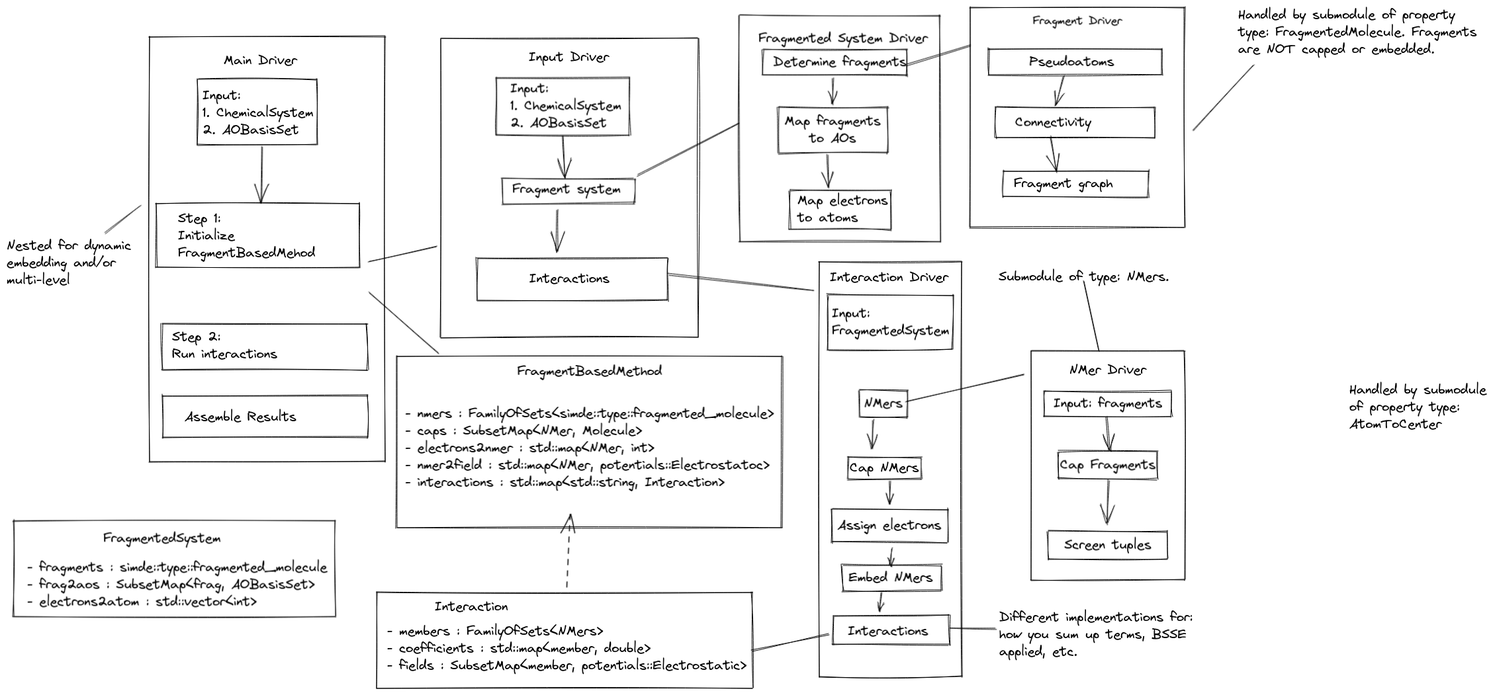
The Excalidraw diagram docs/source/GhostFragmentOverview.png in rmrresearch/GhostFragment, before a commit. Source tidied: one line per element, renumbered; positions are measured from the earlier drawing's top-left corner, leaving out a move shared by most shapes.
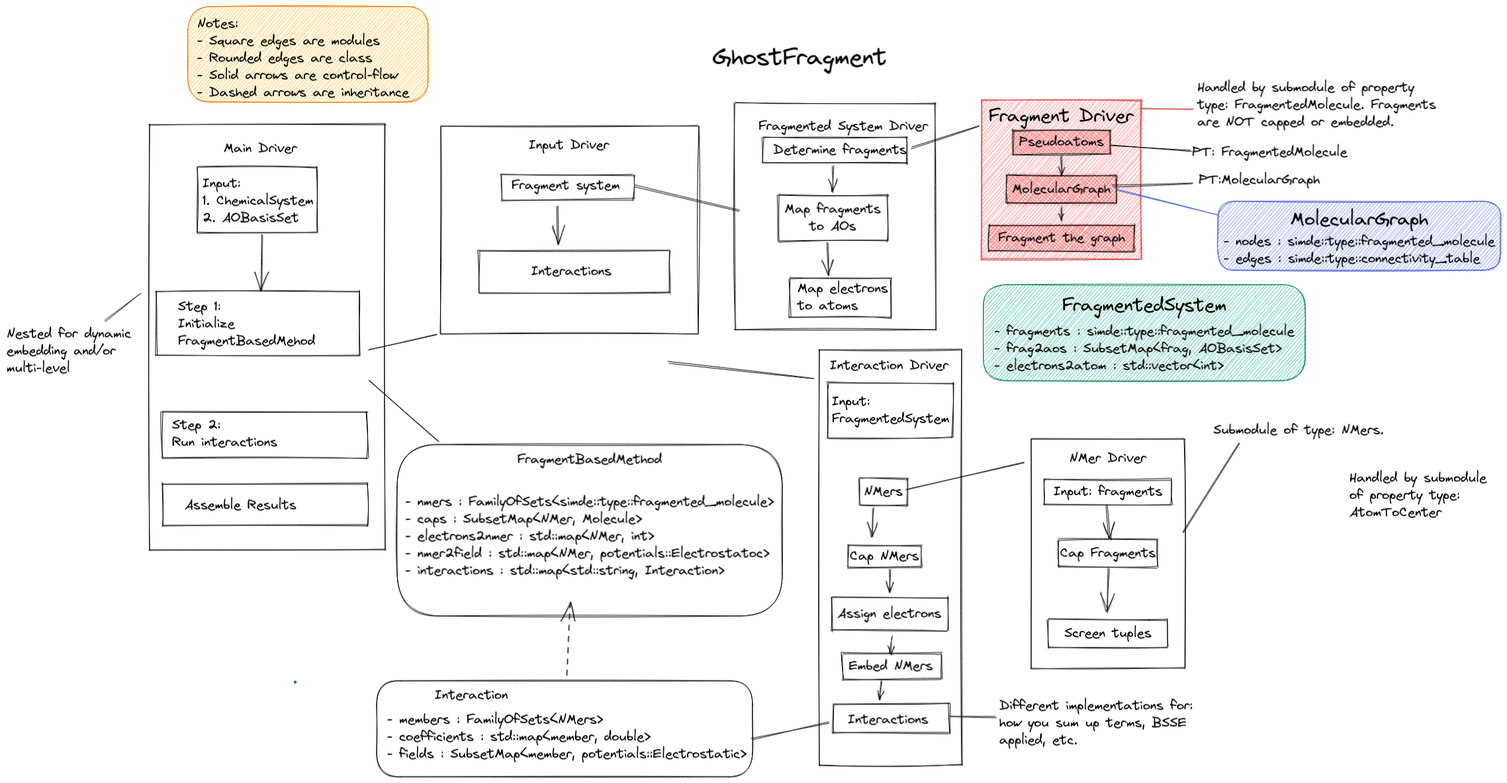
The same file after the commit.

Commit message:
starts MolecularGraph class [skip ci]

Change to the diagram source:
```diff
@@ -1,3 +1,4 @@
+{"id": 95, "type": "rectangle", "strokeColor": "#e67700", "backgroundColor": "#fab005", "fillStyle": "hachure", "strokeWidth": 1, "roughness": 1, "x": 274, "y": -133, "width": 363, "height": 144}
 {"id": 0, "type": "rectangle", "strokeColor": "#000000", "strokeWidth": 1, "roughness": 1, "x": 289, "y": 109, "width": 180, "height": 100}
 {"id": 1, "type": "text", "text": "Input:\n1. ChemicalSystem\n2. AOBasisSet", "strokeColor": "#000000", "strokeWidth": 1, "roughness": 1, "fontSize": 20, "fontFamily": 1, "x": 296, "y": 122, "width": 168, "height": 78}
 {"id": 2, "type": "rectangle", "strokeColor": "#000000", "strokeWidth": 1, "roughness": 1, "x": 226, "y": 298, "width": 307, "height": 96}
@@ -6,27 +7,27 @@
 {"id": 5, "type": "rectangle", "strokeColor": "#000000", "strokeWidth": 1, "roughness": 1, "x": 216, "y": 45, "width": 356, "height": 643}
 {"id": 6, "type": "text", "text": "Main Driver", "strokeColor": "#000000", "strokeWidth": 1, "roughness": 1, "fontSize": 20, "fontFamily": 1, "x": 328, "y": 69, "width": 111, "height": 26}
 {"id": 7, "type": "line", "strokeColor": "#000000", "strokeWidth": 1, "roughness": 1, "x": 547, "y": 386, "width": 104, "height": 23, "points": [[0, 0], [104, -23]]}
-{"id": 8, "type": "text", "text": "Handled by submodule of property\ntype: FragmentedMolecule. Fragments\nare NOT capped or embedded.", "strokeColor": "#000000", "strokeWidth": 1, "roughness": 1, "fontSize": 20, "fontFamily": 1, "x": 1861, "y": 0, "width": 361, "height": 78}
+{"id": 8, "type": "text", "text": "Handled by submodule of property\ntype: FragmentedMolecule. Fragments\nare NOT capped or embedded.", "strokeColor": "#000000", "strokeWidth": 1, "roughness": 1, "fontSize": 20, "fontFamily": 1, "x": 1799, "y": -23, "width": 361, "height": 78}
 {"id": 9, "type": "text", "text": "Handled by submodule\nof property type: \nAtomToCenter", "strokeColor": "#000000", "strokeWidth": 1, "roughness": 1, "fontSize": 20, "fontFamily": 1, "x": 2029, "y": 567, "width": 207, "height": 78}
-{"id": 10, "type": "line", "strokeColor": "#000000", "strokeWidth": 1, "roughness": 1, "x": 954, "y": 254, "width": 153, "height": 80, "points": [[0, 0], [153, -80]]}
+{"id": 10, "type": "line", "strokeColor": "#000000", "strokeWidth": 1, "roughness": 1, "x": 950, "y": 137, "width": 157, "height": 37, "points": [[0, 0], [157, 37]]}
+{"id": 15, "type": "rectangle", "strokeColor": "#c92a2a", "backgroundColor": "#fa5252", "fillStyle": "hachure", "strokeWidth": 1, "roughness": 1, "x": 1473, "y": 8, "width": 241, "height": 241}
+{"id": 16, "type": "text", "text": "Fragment Driver", "strokeColor": "#000000", "backgroundColor": "#fa5252", "fillStyle": "hachure", "strokeWidth": 1, "roughness": 1, "fontSize": 28, "fontFamily": 1, "x": 1484, "y": 16, "width": 219, "height": 36}
-{"id": 11, "type": "rectangle", "strokeColor": "#000000", "strokeWidth": 1, "roughness": 1, "x": 1484, "y": 64, "width": 261, "height": 39}
+{"id": 11, "type": "rectangle", "strokeColor": "#000000", "backgroundColor": "#fa5252", "fillStyle": "cross-hatch", "strokeWidth": 1, "roughness": 1, "x": 1521, "y": 54, "width": 146, "height": 36}
-{"id": 12, "type": "text", "text": "Pseudoatoms", "strokeColor": "#000000", "strokeWidth": 1, "roughness": 1, "fontSize": 20, "fontFamily": 1, "textAlign": "center", "x": 1546, "y": 71, "width": 128, "height": 26}
+{"id": 12, "type": "text", "text": "Pseudoatoms", "strokeColor": "#000000", "backgroundColor": "#fa5252", "fillStyle": "cross-hatch", "strokeWidth": 1, "roughness": 1, "fontSize": 20, "fontFamily": 1, "textAlign": "center", "x": 1530, "y": 59, "width": 128, "height": 26}
-{"id": 13, "type": "rectangle", "strokeColor": "#000000", "strokeWidth": 1, "roughness": 1, "x": 1494, "y": 152, "width": 241, "height": 47}
+{"id": 13, "type": "rectangle", "strokeColor": "#000000", "backgroundColor": "#fa5252", "fillStyle": "cross-hatch", "strokeWidth": 1, "roughness": 1, "x": 1511, "y": 122, "width": 166, "height": 43}
-{"id": 14, "type": "text", "text": "Connectivity", "strokeColor": "#000000", "strokeWidth": 1, "roughness": 1, "fontSize": 20, "fontFamily": 1, "x": 1524, "y": 162, "width": 115, "height": 26}
+{"id": 14, "type": "text", "text": "MolecularGraph", "strokeColor": "#000000", "backgroundColor": "#fa5252", "fillStyle": "cross-hatch", "strokeWidth": 1, "roughness": 1, "fontSize": 20, "fontFamily": 1, "x": 1519, "y": 131, "width": 149, "height": 26}
-{"id": 15, "type": "rectangle", "strokeColor": "#000000", "strokeWidth": 1, "roughness": 1, "x": 1456, "y": 1, "width": 324, "height": 333}
-{"id": 16, "type": "text", "text": "Fragment Driver", "strokeColor": "#000000", "strokeWidth": 1, "roughness": 1, "fontSize": 17.28, "fontFamily": 1, "x": 1551, "y": 11, "width": 135, "height": 22}
-{"id": 17, "type": "rectangle", "strokeColor": "#000000", "strokeWidth": 1, "roughness": 1, "x": 1506, "y": 248, "width": 220, "height": 40}
+{"id": 17, "type": "rectangle", "strokeColor": "#000000", "backgroundColor": "#fa5252", "fillStyle": "cross-hatch", "strokeWidth": 1, "roughness": 1, "x": 1484, "y": 197, "width": 220, "height": 40}
-{"id": 18, "type": "text", "text": "Fragment graph", "strokeColor": "#000000", "strokeWidth": 1, "roughness": 1, "fontSize": 20, "fontFamily": 1, "x": 1522, "y": 255, "width": 149, "height": 26}
+{"id": 18, "type": "text", "text": "Fragment the graph", "strokeColor": "#000000", "strokeWidth": 1, "roughness": 1, "fontSize": 20, "fontFamily": 1, "x": 1498, "y": 204, "width": 191, "height": 26}
-{"id": 19, "type": "arrow", "strokeColor": "#000000", "strokeWidth": 1, "roughness": 1, "endArrowhead": "arrow", "from": 12, "to": 14, "x": 1596, "y": 106, "width": 11, "height": 42, "points": [[0, 0], [-11, 42]]}
+{"id": 19, "type": "arrow", "strokeColor": "#000000", "strokeWidth": 1, "roughness": 1, "endArrowhead": "arrow", "from": 12, "to": 14, "x": 1593, "y": 95, "width": 2, "height": 27, "points": [[0, 0], [2, 27]]}
-{"id": 20, "type": "arrow", "strokeColor": "#000000", "strokeWidth": 1, "roughness": 1, "endArrowhead": "arrow", "from": 14, "to": 18, "x": 1577, "y": 197, "width": 10, "height": 55, "points": [[0, 0], [10, 55]]}
+{"id": 20, "type": "arrow", "strokeColor": "#000000", "strokeWidth": 1, "roughness": 1, "endArrowhead": "arrow", "from": 14, "to": 18, "x": 1593, "y": 171, "width": 1, "height": 21, "points": [[0, 0], [1, 21]]}
 {"id": 21, "type": "rectangle", "strokeColor": "#000000", "strokeWidth": 1, "roughness": 1, "x": 235, "y": 480, "width": 310, "height": 70}
 {"id": 22, "type": "text", "text": "Step 2:\nRun interactions", "strokeColor": "#000000", "strokeWidth": 1, "roughness": 1, "fontSize": 20, "fontFamily": 1, "x": 250, "y": 487, "width": 159, "height": 52}
-{"id": 23, "type": "rectangle", "strokeColor": "#000000", "strokeWidth": 1, "roughness": 1, "x": 656, "y": 48, "width": 389, "height": 452}
+{"id": 23, "type": "rectangle", "strokeColor": "#000000", "strokeWidth": 1, "roughness": 1, "x": 656, "y": 48, "width": 389, "height": 313}
 {"id": 24, "type": "text", "text": "Input Driver", "strokeColor": "#000000", "strokeWidth": 1, "roughness": 1, "fontSize": 20, "fontFamily": 1, "x": 789, "y": 64, "width": 121, "height": 26}
-{"id": 25, "type": "text", "text": "Submodule of type: NMers.", "strokeColor": "#000000", "strokeWidth": 1, "roughness": 1, "fontSize": 20, "fontFamily": 1, "x": 1499, "y": 396, "width": 258, "height": 26}
+{"id": 25, "type": "text", "text": "Submodule of type: NMers.", "strokeColor": "#000000", "strokeWidth": 1, "roughness": 1, "fontSize": 20, "fontFamily": 1, "x": 1823, "y": 495, "width": 258, "height": 26}
-{"id": 26, "type": "text", "text": "Interactions\n", "strokeColor": "#000000", "strokeWidth": 1, "roughness": 1, "fontSize": 20, "fontFamily": 1, "textAlign": "center", "x": 790, "y": 399, "width": 121, "height": 52}
+{"id": 26, "type": "text", "text": "Interactions\n", "strokeColor": "#000000", "strokeWidth": 1, "roughness": 1, "fontSize": 20, "fontFamily": 1, "textAlign": "center", "x": 793, "y": 255, "width": 121, "height": 52}
-{"id": 27, "type": "rectangle", "strokeColor": "#000000", "strokeWidth": 1, "roughness": 1, "x": 711, "y": 381, "width": 287, "height": 63}
+{"id": 27, "type": "rectangle", "strokeColor": "#000000", "strokeWidth": 1, "roughness": 1, "x": 714, "y": 237, "width": 287, "height": 63}
-{"id": 28, "type": "line", "strokeColor": "#000000", "strokeWidth": 1, "roughness": 1, "x": 1359, "y": 87, "width": 96, "height": 29, "points": [[0, 0], [96, -29]]}
+{"id": 28, "type": "line", "strokeColor": "#000000", "strokeWidth": 1, "roughness": 1, "x": 1366, "y": 80, "width": 102, "height": 33, "points": [[0, 0], [102, -33]]}
 {"id": 29, "type": "rectangle", "strokeColor": "#000000", "strokeWidth": 1, "roughness": 1, "x": 590, "y": 529, "width": 582, "height": 259}
 {"id": 30, "type": "text", "text": "FragmentBasedMethod", "strokeColor": "#000000", "strokeWidth": 1, "roughness": 1, "fontSize": 20, "fontFamily": 1, "textAlign": "center", "x": 772, "y": 539, "width": 219, "height": 26}
 {"id": 31, "type": "text", "text": "\n- nmers : FamilyOfSets<simde::type::fragmented_molecule>\n- caps : SubsetMap<NMer, Molecule>\n- electrons2nmer : std::map<NMer, int>\n- nmer2field : std::map<NMer, potentials::Electrostatoc> \n- interactions : std::map<std::string, Interaction>\n", "strokeColor": "#000000", "strokeWidth": 1, "roughness": 1, "fontSize": 20, "fontFamily": 1, "x": 602, "y": 577, "width": 560, "height": 182}
@@ -66,19 +67,19 @@
 {"id": 65, "type": "line", "strokeColor": "#000000", "strokeWidth": 1, "roughness": 1, "x": 149, "y": 343, "width": 53, "height": 42, "points": [[0, 0], [53, -42]]}
 {"id": 66, "type": "line", "strokeColor": "#000000", "strokeWidth": 1, "roughness": 1, "x": 999, "y": 404, "width": 221, "height": 26, "points": [[0, 0], [221, 26]]}
 {"id": 67, "type": "line", "strokeColor": "#000000", "strokeWidth": 1, "roughness": 1, "x": 1359, "y": 596, "width": 178, "height": 41, "points": [[0, 0], [178, -41]]}
-{"id": 68, "type": "line", "strokeColor": "#000000", "strokeWidth": 1, "roughness": 1, "x": 1792, "y": 186, "width": 93, "height": 99, "points": [[0, 0], [93, -99]]}
+{"id": 68, "type": "line", "strokeColor": "#c92a2a", "strokeWidth": 1, "roughness": 1, "x": 1712, "y": 20, "width": 81, "height": 1, "points": [[0, 0], [81, 1]]}
 {"id": 69, "type": "line", "strokeColor": "#000000", "strokeWidth": 1, "roughness": 1, "x": 1126, "y": 975, "width": 117, "height": 24, "points": [[0, 0], [117, -24]]}
 {"id": 70, "type": "arrow", "strokeColor": "#000000", "strokeWidth": 1, "strokeStyle": "dashed", "roughness": 1, "endArrowhead": "arrow", "from": 32, "to": 31, "x": 844, "y": 879, "width": 6, "height": 111, "points": [[0, 0], [6, -111]]}
 {"id": 71, "type": "arrow", "strokeColor": "#000000", "strokeWidth": 1, "roughness": 1, "endArrowhead": "arrow", "from": 43, "to": 54, "x": 1333, "y": 717, "width": 1, "height": 33, "points": [[0, 0], [1, 33]]}
 {"id": 72, "type": "arrow", "strokeColor": "#000000", "strokeWidth": 1, "roughness": 1, "endArrowhead": "arrow", "from": 54, "to": 59, "x": 1338, "y": 819, "width": 4, "height": 26, "points": [[0, 0], [-4, 26]]}
 {"id": 73, "type": "arrow", "strokeColor": "#000000", "strokeWidth": 1, "roughness": 1, "endArrowhead": "arrow", "from": 59, "to": 56, "x": 1322, "y": 885, "width": 5, "height": 28, "points": [[0, 0], [-5, 28]]}
 {"id": 74, "type": "line", "strokeColor": "#000000", "strokeWidth": 1, "roughness": 1, "x": 548, "y": 433, "width": 105, "height": 92, "points": [[0, 0], [105, 92]]}
-{"id": 75, "type": "line", "strokeColor": "#000000", "strokeWidth": 1, "roughness": 1, "x": 1627, "y": 415, "width": 24, "height": 105, "points": [[0, 0], [24, 105]]}
+{"id": 75, "type": "line", "strokeColor": "#000000", "strokeWidth": 1, "roughness": 1, "x": 1863, "y": 528, "width": 83, "height": 134, "points": [[0, 0], [-83, 134]]}
-{"id": 76, "type": "rectangle", "strokeColor": "#000000", "strokeWidth": 1, "roughness": 1, "x": 10, "y": 778, "width": 486, "height": 145}
+{"id": 76, "type": "rectangle", "strokeColor": "#087f5b", "backgroundColor": "#12b886", "fillStyle": "hachure", "strokeWidth": 1, "roughness": 1, "x": 1476, "y": 287, "width": 486, "height": 145}
-{"id": 77, "type": "text", "text": "FragmentedSystem", "strokeColor": "#000000", "strokeWidth": 1, "roughness": 1, "fontSize": 20, "fontFamily": 1, "x": 146, "y": 792, "width": 177, "height": 26}
+{"id": 77, "type": "text", "text": "FragmentedSystem", "strokeColor": "#000000", "strokeWidth": 1, "roughness": 1, "fontSize": 28, "fontFamily": 1, "x": 1595, "y": 301, "width": 248, "height": 36}
-{"id": 78, "type": "text", "text": "- fragments : simde::type::fragmented_molecule\n- frag2aos : SubsetMap<frag, AOBasisSet>\n- electrons2atom : std::vector<int>", "strokeColor": "#000000", "strokeWidth": 1, "roughness": 1, "fontSize": 20, "fontFamily": 1, "x": 31, "y": 836, "width": 453, "height": 78}
+{"id": 78, "type": "text", "text": "- fragments : simde::type::fragmented_molecule\n- frag2aos : SubsetMap<frag, AOBasisSet>\n- electrons2atom : std::vector<int>", "strokeColor": "#000000", "strokeWidth": 1, "roughness": 1, "fontSize": 20, "fontFamily": 1, "x": 1492, "y": 345, "width": 453, "height": 78}
+{"id": 80, "type": "rectangle", "strokeColor": "#000000", "strokeWidth": 1, "roughness": 1, "x": 1100, "y": 14, "width": 303, "height": 342}
-{"id": 79, "type": "arrow", "strokeColor": "#000000", "strokeWidth": 1, "roughness": 1, "endArrowhead": "arrow", "from": 92, "to": 27, "x": 833, "y": 308, "width": 1, "height": 61, "points": [[0, 0], [-1, 61]]}
+{"id": 79, "type": "arrow", "strokeColor": "#000000", "strokeWidth": 1, "roughness": 1, "endArrowhead": "arrow", "from": 92, "to": 27, "x": 832, "y": 169, "width": 1, "height": 55, "points": [[0, 0], [1, 55]]}
-{"id": 80, "type": "rectangle", "strokeColor": "#000000", "strokeWidth": 1, "roughness": 1, "x": 1107, "y": 14, "width": 303, "height": 342}
 {"id": 81, "type": "text", "text": "Fragmented System Driver", "strokeColor": "#000000", "strokeWidth": 1, "roughness": 1, "fontSize": 20, "fontFamily": 1, "x": 1136, "y": 36, "width": 256, "height": 26}
 {"id": 82, "type": "rectangle", "strokeColor": "#000000", "strokeWidth": 1, "roughness": 1, "x": 1165, "y": 152, "width": 166, "height": 69}
 {"id": 83, "type": "text", "text": "Map fragments\n to AOs ", "strokeColor": "#000000", "strokeWidth": 1, "roughness": 1, "fontSize": 20, "fontFamily": 1, "textAlign": "center", "x": 1176, "y": 161, "width": 145, "height": 52}
@@ -88,8 +89,16 @@
 {"id": 87, "type": "arrow", "strokeColor": "#000000", "strokeWidth": 1, "roughness": 1, "endArrowhead": "arrow", "from": 83, "to": 88, "x": 1241, "y": 224, "width": 0, "height": 49, "points": [[0, 0], [0, 49]]}
 {"id": 88, "type": "rectangle", "strokeColor": "#000000", "strokeWidth": 1, "roughness": 1, "x": 1183, "y": 278, "width": 153, "height": 59}
 {"id": 89, "type": "text", "text": "Map electrons \nto atoms", "strokeColor": "#000000", "strokeWidth": 1, "roughness": 1, "fontSize": 20, "fontFamily": 1, "x": 1195, "y": 281, "width": 147, "height": 52}
-{"id": 90, "type": "rectangle", "strokeColor": "#000000", "strokeWidth": 1, "roughness": 1, "x": 739, "y": 108, "width": 202, "height": 88}
-{"id": 91, "type": "text", "text": "Input:\n1. ChemicalSystem\n2. AOBasisSet", "strokeColor": "#000000", "strokeWidth": 1, "roughness": 1, "fontSize": 20, "fontFamily": 1, "x": 761, "y": 112, "width": 168, "height": 78}
-{"id": 92, "type": "rectangle", "strokeColor": "#000000", "strokeWidth": 1, "roughness": 1, "x": 749, "y": 260, "width": 200, "height": 37}
+{"id": 92, "type": "rectangle", "strokeColor": "#000000", "strokeWidth": 1, "roughness": 1, "x": 748, "y": 122, "width": 200, "height": 37}
-{"id": 93, "type": "text", "text": "Fragment system", "strokeColor": "#000000", "strokeWidth": 1, "roughness": 1, "fontSize": 20, "fontFamily": 1, "x": 764, "y": 264, "width": 164, "height": 26}
+{"id": 93, "type": "text", "text": "Fragment system", "strokeColor": "#000000", "strokeWidth": 1, "roughness": 1, "fontSize": 20, "fontFamily": 1, "x": 763, "y": 125, "width": 164, "height": 26}
-{"id": 94, "type": "arrow", "strokeColor": "#000000", "strokeWidth": 1, "roughness": 1, "endArrowhead": "arrow", "from": 91, "to": 92, "x": 839, "y": 195, "width": 3, "height": 62, "points": [[0, 0], [3, 62]]}
+{"id": 96, "type": "rectangle", "strokeColor": "#364fc7", "backgroundColor": "#4c6ef5", "fillStyle": "hachure", "strokeWidth": 1, "roughness": 1, "x": 1830, "y": 162, "width": 427, "height": 104}
+{"id": 97, "type": "text", "text": "MolecularGraph", "strokeColor": "#000000", "strokeWidth": 1, "roughness": 1, "fontSize": 28, "fontFamily": 1, "x": 1940, "y": 172, "width": 208, "height": 36}
+{"id": 98, "type": "text", "text": "- nodes : simde::type::fragmented_molecule\n- edges : simde::type::connectivity_table", "strokeColor": "#000000", "strokeWidth": 1, "roughness": 1, "fontSize": 20, "fontFamily": 1, "x": 1839, "y": 210, "width": 410, "height": 52}
+{"id": 99, "type": "line", "strokeColor": "#000000", "strokeWidth": 1, "roughness": 1, "x": 1668, "y": 77, "width": 121, "height": 9, "points": [[0, 0], [121, 9]]}
+{"id": 100, "type": "text", "text": "PT: FragmentedMolecule", "strokeColor": "#000000", "backgroundColor": "#fa5252", "fillStyle": "cross-hatch", "strokeWidth": 1, "roughness": 1, "fontSize": 20, "fontFamily": 1, "x": 1791, "y": 75, "width": 234, "height": 26}
+{"id": 101, "type": "line", "strokeColor": "#000000", "strokeWidth": 1, "roughness": 1, "x": 1671, "y": 138, "width": 121, "height": 3, "points": [[0, 0], [121, -3]]}
+{"id": 102, "type": "text", "text": "PT:MolecularGraph", "strokeColor": "#000000", "backgroundColor": "#fa5252", "fillStyle": "cross-hatch", "strokeWidth": 1, "roughness": 1, "fontSize": 20, "fontFamily": 1, "x": 1801, "y": 117, "width": 183, "height": 26}
+{"id": 103, "type": "line", "strokeColor": "#364fc7", "strokeWidth": 1, "roughness": 1, "x": 1677, "y": 144, "width": 152, "height": 39, "points": [[0, 0], [152, 39]]}
+{"id": 104, "type": "freedraw", "strokeColor": "#087f5b", "backgroundColor": "#12b886", "fillStyle": "cross-hatch", "strokeWidth": 1, "roughness": 1, "x": 437, "y": 889, "width": 0, "height": 0, "points": [[0, 0], [0, 0]]}
+{"id": 105, "type": "text", "text": "Notes:\n- Square edges are modules\n- Rounded edges are class\n- Solid arrows are control-flow\n- Dashed arrows are inheritance", "strokeColor": "#000000", "backgroundColor": "#12b886", "fillStyle": "cross-hatch", "strokeWidth": 1, "roughness": 1, "fontSize": 20, "fontFamily": 1, "x": 288, "y": -119, "width": 320, "height": 130}
+{"id": 106, "type": "text", "text": "GhostFragment", "strokeColor": "#000000", "backgroundColor": "#12b886", "fillStyle": "cross-hatch", "strokeWidth": 1, "roughness": 1, "fontSize": 36, "fontFamily": 1, "x": 1067, "y": -78, "width": 264, "height": 46}
```
